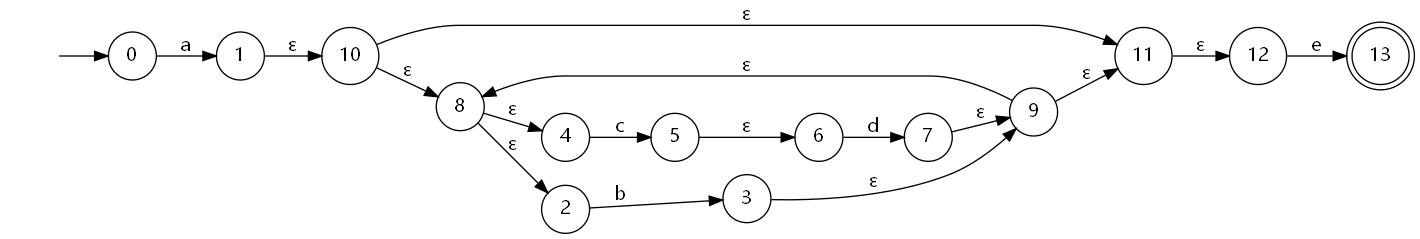
1357885013/compiler keeps this Graphviz diagram as ere/NFA.dot.png. Above is the earlier version. Its source is kept beside it as ere/NFA.dot.
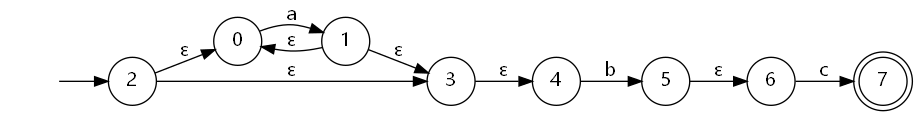
The same diagram one commit later.

What changed in the source:
```diff
@@ -4,22 +4,15 @@
 node [shape = circle, fontname = "Microsoft YaHei"];
 edge [fontname = "Microsoft YaHei"];
 -1[style=invis];
-13 [ shape = doublecircle ];
--1 -> 0;
-12 -> 13[ label = "e" ];
-4 -> 5[ label = "c" ];
-2 -> 3[ label = "b" ];
-7 -> 9[ label = <&epsilon;> ];
-6 -> 7[ label = "d" ];
+7 [ shape = doublecircle ];
+-1 -> 2;
+6 -> 7[ label = "c" ];
 5 -> 6[ label = <&epsilon;> ];
-9 -> 11[ label = <&epsilon;> ];
-9 -> 8[ label = <&epsilon;> ];
-3 -> 9[ label = <&epsilon;> ];
-11 -> 12[ label = <&epsilon;> ];
-8 -> 4[ label = <&epsilon;> ];
-8 -> 2[ label = <&epsilon;> ];
-10 -> 11[ label = <&epsilon;> ];
-10 -> 8[ label = <&epsilon;> ];
-1 -> 10[ label = <&epsilon;> ];
+2 -> 0[ label = <&epsilon;> ];
+2 -> 3[ label = <&epsilon;> ];
+4 -> 5[ label = "b" ];
 0 -> 1[ label = "a" ];
+3 -> 4[ label = <&epsilon;> ];
+1 -> 0[ label = <&epsilon;> ];
+1 -> 3[ label = <&epsilon;> ];
 }
```
